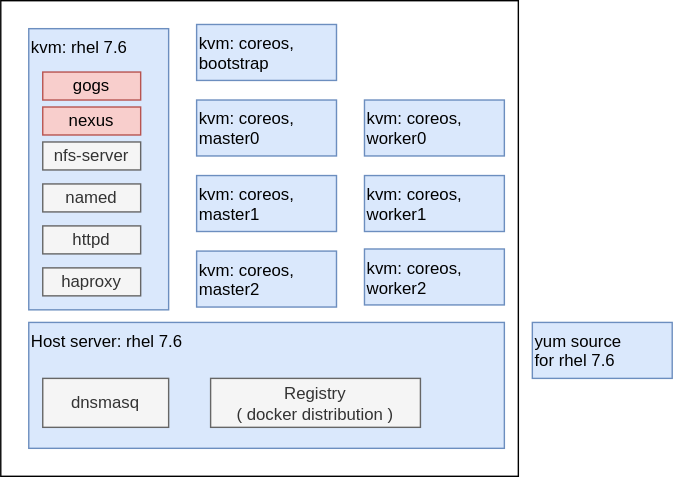
Above: redhat/ocp4/4.6/4.6.ccn.devops.deploy.arch.drawio.svg in wangzheng422/docker_env (draw.io), before the change. Source tidied: cells renumbered, new cells last; positions are measured from the earlier drawing's top-left corner, leaving out a move shared by most shapes. Its diagram source:
```xml
<mxGraphModel>
  <root>
    <mxCell id="0" />
    <mxCell id="1" parent="0" />
    <mxCell id="2" style="rounded=0;whiteSpace=wrap;html=1;" parent="1" vertex="1">
      <mxGeometry width="370" height="340" as="geometry" />
    </mxCell>
    <mxCell id="3" value="Host server: rhel 7.6" style="rounded=0;whiteSpace=wrap;html=1;fillColor=#dae8fc;strokeColor=#6c8ebf;align=left;verticalAlign=top;" parent="1" vertex="1">
      <mxGeometry x="20" y="230" width="340" height="90" as="geometry" />
    </mxCell>
    <mxCell id="4" value="dnsmasq" style="rounded=0;whiteSpace=wrap;html=1;fillColor=#f5f5f5;strokeColor=#666666;fontColor=#333333;" parent="1" vertex="1">
      <mxGeometry x="30" y="270" width="90" height="35" as="geometry" />
    </mxCell>
    <mxCell id="5" value="Registry&lt;br&gt;( docker distribution )" style="rounded=0;whiteSpace=wrap;html=1;fillColor=#f5f5f5;strokeColor=#666666;fontColor=#333333;" parent="1" vertex="1">
      <mxGeometry x="150" y="270" width="150" height="35" as="geometry" />
    </mxCell>
    <mxCell id="6" value="kvm: rhel 7.6" style="rounded=0;whiteSpace=wrap;html=1;fillColor=#dae8fc;strokeColor=#6c8ebf;align=left;verticalAlign=top;" parent="1" vertex="1">
      <mxGeometry x="20" y="20" width="100" height="201" as="geometry" />
    </mxCell>
    <mxCell id="7" value="named" style="rounded=0;whiteSpace=wrap;html=1;fillColor=#f5f5f5;strokeColor=#666666;fontColor=#333333;" parent="1" vertex="1">
      <mxGeometry x="30" y="131" width="70" height="20" as="geometry" />
    </mxCell>
    <mxCell id="8" value="httpd" style="rounded=0;whiteSpace=wrap;html=1;fillColor=#f5f5f5;strokeColor=#666666;fontColor=#333333;" parent="1" vertex="1">
      <mxGeometry x="30" y="161" width="70" height="20" as="geometry" />
    </mxCell>
    <mxCell id="9" value="haproxy" style="rounded=0;whiteSpace=wrap;html=1;fillColor=#f5f5f5;strokeColor=#666666;fontColor=#333333;" parent="1" vertex="1">
      <mxGeometry x="30" y="191" width="70" height="20" as="geometry" />
    </mxCell>
    <mxCell id="10" value="nfs-server" style="rounded=0;whiteSpace=wrap;html=1;fillColor=#f5f5f5;strokeColor=#666666;fontColor=#333333;" parent="1" vertex="1">
      <mxGeometry x="30" y="101" width="70" height="20" as="geometry" />
    </mxCell>
    <mxCell id="11" value="kvm: coreos, &lt;br&gt;bootstrap" style="rounded=0;whiteSpace=wrap;html=1;fillColor=#dae8fc;strokeColor=#6c8ebf;align=left;verticalAlign=top;" parent="1" vertex="1">
      <mxGeometry x="140" y="17" width="100" height="40" as="geometry" />
    </mxCell>
    <mxCell id="12" value="kvm: coreos,&amp;nbsp; &lt;br&gt;master0" style="rounded=0;whiteSpace=wrap;html=1;fillColor=#dae8fc;strokeColor=#6c8ebf;align=left;verticalAlign=top;" parent="1" vertex="1">
      <mxGeometry x="140" y="71" width="100" height="40" as="geometry" />
    </mxCell>
    <mxCell id="13" value="kvm: coreos,&amp;nbsp; &lt;br&gt;master1" style="rounded=0;whiteSpace=wrap;html=1;fillColor=#dae8fc;strokeColor=#6c8ebf;align=left;verticalAlign=top;" parent="1" vertex="1">
      <mxGeometry x="140" y="125" width="100" height="40" as="geometry" />
    </mxCell>
    <mxCell id="14" value="kvm: coreos,&amp;nbsp; master2" style="rounded=0;whiteSpace=wrap;html=1;fillColor=#dae8fc;strokeColor=#6c8ebf;align=left;verticalAlign=top;" parent="1" vertex="1">
      <mxGeometry x="140" y="179" width="100" height="40" as="geometry" />
    </mxCell>
    <mxCell id="15" value="kvm: coreos,&amp;nbsp; &lt;br&gt;worker0" style="rounded=0;whiteSpace=wrap;html=1;fillColor=#dae8fc;strokeColor=#6c8ebf;align=left;verticalAlign=top;" parent="1" vertex="1">
      <mxGeometry x="260" y="71" width="100" height="40" as="geometry" />
    </mxCell>
    <mxCell id="16" value="kvm: coreos,&amp;nbsp; &lt;br&gt;worker1" style="rounded=0;whiteSpace=wrap;html=1;fillColor=#dae8fc;strokeColor=#6c8ebf;align=left;verticalAlign=top;" parent="1" vertex="1">
      <mxGeometry x="260" y="125" width="100" height="40" as="geometry" />
    </mxCell>
    <mxCell id="17" value="kvm: coreos,&amp;nbsp; &lt;br&gt;worker2" style="rounded=0;whiteSpace=wrap;html=1;fillColor=#dae8fc;strokeColor=#6c8ebf;align=left;verticalAlign=top;" parent="1" vertex="1">
      <mxGeometry x="260" y="177.5" width="100" height="40" as="geometry" />
    </mxCell>
    <mxCell id="18" value="yum source&lt;br&gt;for rhel 7.6" style="rounded=0;whiteSpace=wrap;html=1;fillColor=#dae8fc;strokeColor=#6c8ebf;align=left;verticalAlign=top;" parent="1" vertex="1">
      <mxGeometry x="380" y="230" width="100" height="40" as="geometry" />
    </mxCell>
    <mxCell id="19" value="gogs" style="rounded=0;whiteSpace=wrap;html=1;fillColor=#f8cecc;strokeColor=#b85450;" parent="1" vertex="1">
      <mxGeometry x="30" y="51" width="70" height="20" as="geometry" />
    </mxCell>
    <mxCell id="20" value="nexus" style="rounded=0;whiteSpace=wrap;html=1;fillColor=#f8cecc;strokeColor=#b85450;" parent="1" vertex="1">
      <mxGeometry x="30" y="76" width="70" height="20" as="geometry" />
    </mxCell>
  </root>
</mxGraphModel>
```
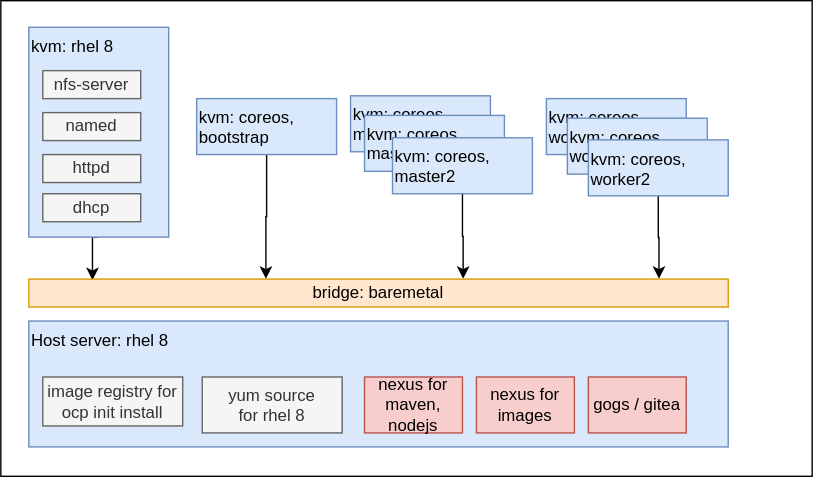
The same diagram one commit later.

Diff of the diagram source:
```diff
@@ -1,63 +1,79 @@
 <mxGraphModel>
   <root>
     <mxCell id="0" />
+    <mxCell id="21" value="Untitled Layer" parent="0" />
+    <mxCell id="2" style="rounded=0;whiteSpace=wrap;html=1;" parent="21" vertex="1">
+      <mxGeometry y="1" width="580" height="340" as="geometry" />
+    </mxCell>
     <mxCell id="1" parent="0" />
-    <mxCell id="2" style="rounded=0;whiteSpace=wrap;html=1;" parent="1" vertex="1">
-      <mxGeometry width="370" height="340" as="geometry" />
-    </mxCell>
-    <mxCell id="3" value="Host server: rhel 7.6" style="rounded=0;whiteSpace=wrap;html=1;fillColor=#dae8fc;strokeColor=#6c8ebf;align=left;verticalAlign=top;" parent="1" vertex="1">
-      <mxGeometry x="20" y="230" width="340" height="90" as="geometry" />
+    <mxCell id="3" value="Host server: rhel 8" style="rounded=0;whiteSpace=wrap;html=1;fillColor=#dae8fc;strokeColor=#6c8ebf;align=left;verticalAlign=top;" parent="1" vertex="1">
+      <mxGeometry x="20" y="230" width="500" height="90" as="geometry" />
     </mxCell>
-    <mxCell id="4" value="dnsmasq" style="rounded=0;whiteSpace=wrap;html=1;fillColor=#f5f5f5;strokeColor=#666666;fontColor=#333333;" parent="1" vertex="1">
-      <mxGeometry x="30" y="270" width="90" height="35" as="geometry" />
-    </mxCell>
-    <mxCell id="5" value="Registry&lt;br&gt;( docker distribution )" style="rounded=0;whiteSpace=wrap;html=1;fillColor=#f5f5f5;strokeColor=#666666;fontColor=#333333;" parent="1" vertex="1">
-      <mxGeometry x="150" y="270" width="150" height="35" as="geometry" />
+    <mxCell id="5" value="image registry for ocp init install" style="rounded=0;whiteSpace=wrap;html=1;fillColor=#f5f5f5;strokeColor=#666666;fontColor=#333333;" parent="1" vertex="1">
+      <mxGeometry x="30" y="270" width="100" height="35" as="geometry" />
     </mxCell>
+    <mxCell id="22" style="edgeStyle=orthogonalEdgeStyle;rounded=0;jettySize=auto;html=1;exitX=0.5;exitY=1;exitDx=0;exitDy=0;entryX=0.091;entryY=0.042;entryDx=0;entryDy=0;entryPerimeter=0;" parent="1" edge="1" source="6" target="28">
+      <mxGeometry relative="1" as="geometry" />
+    </mxCell>
-    <mxCell id="6" value="kvm: rhel 7.6" style="rounded=0;whiteSpace=wrap;html=1;fillColor=#dae8fc;strokeColor=#6c8ebf;align=left;verticalAlign=top;" parent="1" vertex="1">
-      <mxGeometry x="20" y="20" width="100" height="201" as="geometry" />
+    <mxCell id="6" value="kvm: rhel 8" style="rounded=0;whiteSpace=wrap;html=1;fillColor=#dae8fc;strokeColor=#6c8ebf;align=left;verticalAlign=top;" parent="1" vertex="1">
+      <mxGeometry x="20" y="20" width="100" height="150" as="geometry" />
     </mxCell>
     <mxCell id="7" value="named" style="rounded=0;whiteSpace=wrap;html=1;fillColor=#f5f5f5;strokeColor=#666666;fontColor=#333333;" parent="1" vertex="1">
-      <mxGeometry x="30" y="131" width="70" height="20" as="geometry" />
+      <mxGeometry x="30" y="81" width="70" height="20" as="geometry" />
     </mxCell>
     <mxCell id="8" value="httpd" style="rounded=0;whiteSpace=wrap;html=1;fillColor=#f5f5f5;strokeColor=#666666;fontColor=#333333;" parent="1" vertex="1">
-      <mxGeometry x="30" y="161" width="70" height="20" as="geometry" />
+      <mxGeometry x="30" y="111" width="70" height="20" as="geometry" />
     </mxCell>
-    <mxCell id="9" value="haproxy" style="rounded=0;whiteSpace=wrap;html=1;fillColor=#f5f5f5;strokeColor=#666666;fontColor=#333333;" parent="1" vertex="1">
-      <mxGeometry x="30" y="191" width="70" height="20" as="geometry" />
-    </mxCell>
     <mxCell id="10" value="nfs-server" style="rounded=0;whiteSpace=wrap;html=1;fillColor=#f5f5f5;strokeColor=#666666;fontColor=#333333;" parent="1" vertex="1">
-      <mxGeometry x="30" y="101" width="70" height="20" as="geometry" />
+      <mxGeometry x="30" y="51" width="70" height="20" as="geometry" />
     </mxCell>
+    <mxCell id="23" style="edgeStyle=orthogonalEdgeStyle;rounded=0;jettySize=auto;html=1;exitX=0.5;exitY=1;exitDx=0;exitDy=0;entryX=0.339;entryY=-0.008;entryDx=0;entryDy=0;entryPerimeter=0;" parent="1" edge="1" source="11" target="28">
+      <mxGeometry relative="1" as="geometry" />
+    </mxCell>
     <mxCell id="11" value="kvm: coreos, &lt;br&gt;bootstrap" style="rounded=0;whiteSpace=wrap;html=1;fillColor=#dae8fc;strokeColor=#6c8ebf;align=left;verticalAlign=top;" parent="1" vertex="1">
-      <mxGeometry x="140" y="17" width="100" height="40" as="geometry" />
+      <mxGeometry x="140" y="71" width="100" height="40" as="geometry" />
     </mxCell>
     <mxCell id="12" value="kvm: coreos,&amp;nbsp; &lt;br&gt;master0" style="rounded=0;whiteSpace=wrap;html=1;fillColor=#dae8fc;strokeColor=#6c8ebf;align=left;verticalAlign=top;" parent="1" vertex="1">
-      <mxGeometry x="140" y="71" width="100" height="40" as="geometry" />
+      <mxGeometry x="250" y="69" width="100" height="40" as="geometry" />
     </mxCell>
     <mxCell id="13" value="kvm: coreos,&amp;nbsp; &lt;br&gt;master1" style="rounded=0;whiteSpace=wrap;html=1;fillColor=#dae8fc;strokeColor=#6c8ebf;align=left;verticalAlign=top;" parent="1" vertex="1">
-      <mxGeometry x="140" y="125" width="100" height="40" as="geometry" />
+      <mxGeometry x="260" y="83" width="100" height="40" as="geometry" />
     </mxCell>
+    <mxCell id="24" style="edgeStyle=orthogonalEdgeStyle;rounded=0;jettySize=auto;html=1;exitX=0.5;exitY=1;exitDx=0;exitDy=0;entryX=0.621;entryY=-0.008;entryDx=0;entryDy=0;entryPerimeter=0;" parent="1" edge="1" source="14" target="28">
+      <mxGeometry relative="1" as="geometry" />
+    </mxCell>
     <mxCell id="14" value="kvm: coreos,&amp;nbsp; master2" style="rounded=0;whiteSpace=wrap;html=1;fillColor=#dae8fc;strokeColor=#6c8ebf;align=left;verticalAlign=top;" parent="1" vertex="1">
-      <mxGeometry x="140" y="179" width="100" height="40" as="geometry" />
+      <mxGeometry x="280" y="99" width="100" height="40" as="geometry" />
     </mxCell>
     <mxCell id="15" value="kvm: coreos,&amp;nbsp; &lt;br&gt;worker0" style="rounded=0;whiteSpace=wrap;html=1;fillColor=#dae8fc;strokeColor=#6c8ebf;align=left;verticalAlign=top;" parent="1" vertex="1">
-      <mxGeometry x="260" y="71" width="100" height="40" as="geometry" />
+      <mxGeometry x="390" y="71" width="100" height="40" as="geometry" />
     </mxCell>
     <mxCell id="16" value="kvm: coreos,&amp;nbsp; &lt;br&gt;worker1" style="rounded=0;whiteSpace=wrap;html=1;fillColor=#dae8fc;strokeColor=#6c8ebf;align=left;verticalAlign=top;" parent="1" vertex="1">
-      <mxGeometry x="260" y="125" width="100" height="40" as="geometry" />
+      <mxGeometry x="405" y="85" width="100" height="40" as="geometry" />
     </mxCell>
+    <mxCell id="25" style="edgeStyle=orthogonalEdgeStyle;rounded=0;jettySize=auto;html=1;exitX=0.5;exitY=1;exitDx=0;exitDy=0;entryX=0.901;entryY=-0.008;entryDx=0;entryDy=0;entryPerimeter=0;" parent="1" edge="1" source="17" target="28">
+      <mxGeometry relative="1" as="geometry" />
+    </mxCell>
     <mxCell id="17" value="kvm: coreos,&amp;nbsp; &lt;br&gt;worker2" style="rounded=0;whiteSpace=wrap;html=1;fillColor=#dae8fc;strokeColor=#6c8ebf;align=left;verticalAlign=top;" parent="1" vertex="1">
-      <mxGeometry x="260" y="177.5" width="100" height="40" as="geometry" />
+      <mxGeometry x="420" y="100.5" width="100" height="40" as="geometry" />
     </mxCell>
-    <mxCell id="18" value="yum source&lt;br&gt;for rhel 7.6" style="rounded=0;whiteSpace=wrap;html=1;fillColor=#dae8fc;strokeColor=#6c8ebf;align=left;verticalAlign=top;" parent="1" vertex="1">
-      <mxGeometry x="380" y="230" width="100" height="40" as="geometry" />
+    <mxCell id="18" value="yum source&lt;br&gt;for rhel 8" style="rounded=0;whiteSpace=wrap;html=1;fillColor=#f5f5f5;strokeColor=#666666;align=center;verticalAlign=top;fontColor=#333333;" parent="1" vertex="1">
+      <mxGeometry x="144" y="270" width="100" height="40" as="geometry" />
     </mxCell>
-    <mxCell id="19" value="gogs" style="rounded=0;whiteSpace=wrap;html=1;fillColor=#f8cecc;strokeColor=#b85450;" parent="1" vertex="1">
-      <mxGeometry x="30" y="51" width="70" height="20" as="geometry" />
+    <mxCell id="19" value="gogs / gitea" style="rounded=0;whiteSpace=wrap;html=1;fillColor=#f8cecc;strokeColor=#b85450;" parent="1" vertex="1">
+      <mxGeometry x="420" y="270" width="70" height="40" as="geometry" />
     </mxCell>
-    <mxCell id="20" value="nexus" style="rounded=0;whiteSpace=wrap;html=1;fillColor=#f8cecc;strokeColor=#b85450;" parent="1" vertex="1">
-      <mxGeometry x="30" y="76" width="70" height="20" as="geometry" />
+    <mxCell id="20" value="nexus for maven, nodejs" style="rounded=0;whiteSpace=wrap;html=1;fillColor=#f8cecc;strokeColor=#b85450;" parent="1" vertex="1">
+      <mxGeometry x="260" y="270" width="70" height="40" as="geometry" />
     </mxCell>
+    <mxCell id="26" value="nexus for images" style="rounded=0;whiteSpace=wrap;html=1;fillColor=#f8cecc;strokeColor=#b85450;" parent="1" vertex="1">
+      <mxGeometry x="340" y="270" width="70" height="40" as="geometry" />
+    </mxCell>
+    <mxCell id="27" value="dhcp" style="rounded=0;whiteSpace=wrap;html=1;fillColor=#f5f5f5;strokeColor=#666666;fontColor=#333333;" parent="1" vertex="1">
+      <mxGeometry x="30" y="139" width="70" height="20" as="geometry" />
+    </mxCell>
+    <mxCell id="28" value="bridge: baremetal" style="rounded=0;whiteSpace=wrap;html=1;align=center;fillColor=#ffe6cc;strokeColor=#d79b00;" parent="1" vertex="1">
+      <mxGeometry x="20" y="200" width="500" height="20" as="geometry" />
+    </mxCell>
   </root>
 </mxGraphModel>
```
